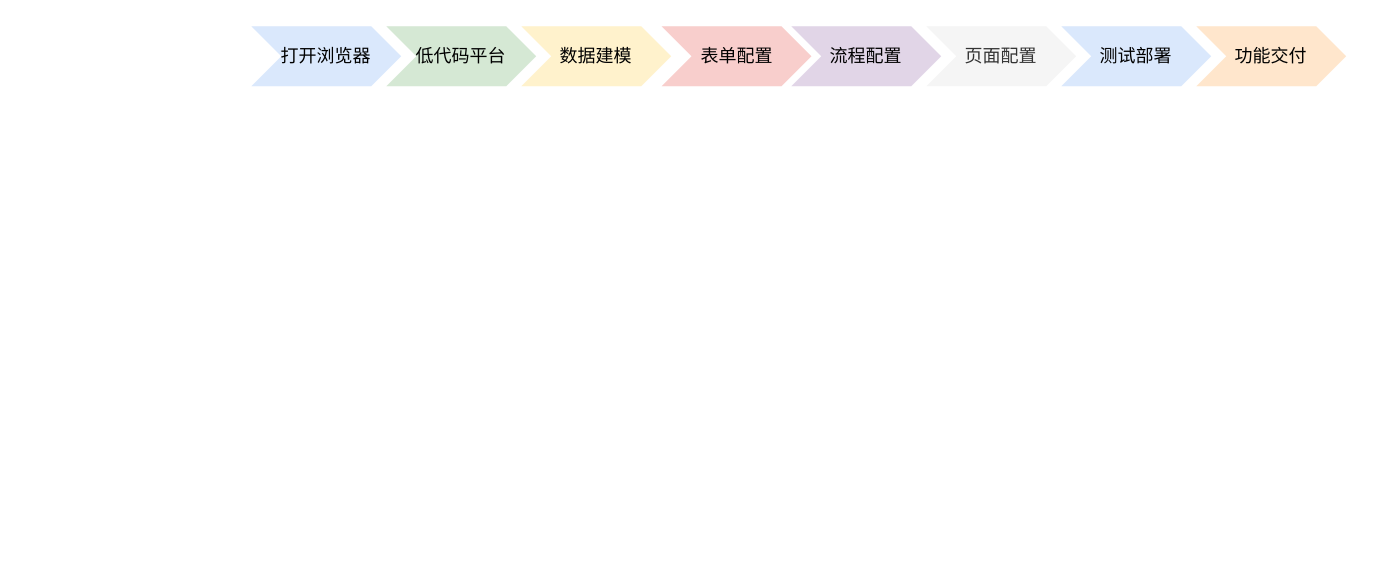
Above: 低——研究内容——平台赋能项目开发——微应用模式.drawio in tangyaosimida/love (draw.io), before the change. Source tidied: cells renumbered, new cells numbered last; positions are measured from the earlier drawing's top-left corner, leaving out a move shared by most shapes. Both pictures are drawn from the tidied source at 150%, with x=0, y=0 at pixel (250, 26).
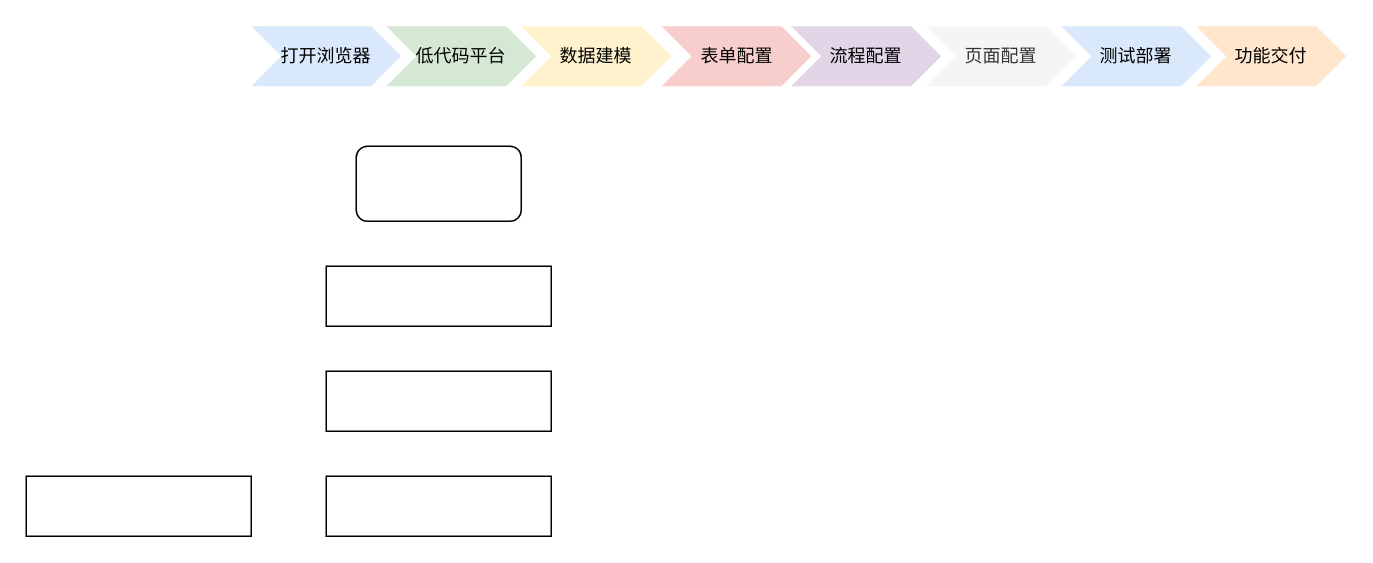
The same page after the edit.

Commit message:
更新低——研究内容——平台赋能项目开发——微应用模式.drawio

Change to the diagram source:
```diff
@@
 <mxGraphModel>
   <root>
     <mxCell id="0" />
     <mxCell id="1" parent="0" />
     <mxCell id="2" value="打开浏览器" style="shape=step;perimeter=stepPerimeter;whiteSpace=wrap;html=1;fixedSize=1;fillColor=#dae8fc;strokeColor=none;" parent="1" vertex="1">
       <mxGeometry width="100" height="40" as="geometry" />
     </mxCell>
     <mxCell id="3" value="低代码平台" style="shape=step;perimeter=stepPerimeter;whiteSpace=wrap;html=1;fixedSize=1;fillColor=#d5e8d4;strokeColor=none;" parent="1" vertex="1">
       <mxGeometry x="90" width="100" height="40" as="geometry" />
     </mxCell>
     <mxCell id="4" value="数据建模" style="shape=step;perimeter=stepPerimeter;whiteSpace=wrap;html=1;fixedSize=1;fillColor=#fff2cc;strokeColor=none;" parent="1" vertex="1">
       <mxGeometry x="180" width="100" height="40" as="geometry" />
     </mxCell>
     <mxCell id="5" value="表单配置" style="shape=step;perimeter=stepPerimeter;whiteSpace=wrap;html=1;fixedSize=1;fillColor=#f8cecc;strokeColor=none;" parent="1" vertex="1">
       <mxGeometry x="273.5" width="100" height="40" as="geometry" />
     </mxCell>
     <mxCell id="6" value="流程配置" style="shape=step;perimeter=stepPerimeter;whiteSpace=wrap;html=1;fixedSize=1;fillColor=#e1d5e7;strokeColor=none;" parent="1" vertex="1">
       <mxGeometry x="360" width="100" height="40" as="geometry" />
     </mxCell>
     <mxCell id="7" value="页面配置" style="shape=step;perimeter=stepPerimeter;whiteSpace=wrap;html=1;fixedSize=1;strokeColor=none;fillColor=#f5f5f5;fontColor=#333333;" parent="1" vertex="1">
       <mxGeometry x="450" width="100" height="40" as="geometry" />
     </mxCell>
     <mxCell id="8" value="测试部署" style="shape=step;perimeter=stepPerimeter;whiteSpace=wrap;html=1;fixedSize=1;fillColor=#dae8fc;strokeColor=none;" parent="1" vertex="1">
       <mxGeometry x="540" width="100" height="40" as="geometry" />
     </mxCell>
     <mxCell id="9" value="功能交付" style="shape=step;perimeter=stepPerimeter;whiteSpace=wrap;html=1;fixedSize=1;fillColor=#ffe6cc;strokeColor=none;" parent="1" vertex="1">
       <mxGeometry x="630" width="100" height="40" as="geometry" />
     </mxCell>
+    <mxCell id="10" style="rounded=1;whiteSpace=wrap;html=1;" parent="1" vertex="1">
+      <mxGeometry x="70" y="80" width="110" height="50" as="geometry" />
+    </mxCell>
+    <mxCell id="11" style="rounded=0;whiteSpace=wrap;html=1;" parent="1" vertex="1">
+      <mxGeometry x="50" y="160" width="150" height="40" as="geometry" />
+    </mxCell>
+    <mxCell id="12" style="rounded=0;whiteSpace=wrap;html=1;" parent="1" vertex="1">
+      <mxGeometry x="50" y="230" width="150" height="40" as="geometry" />
+    </mxCell>
+    <mxCell id="13" style="rounded=0;whiteSpace=wrap;html=1;" parent="1" vertex="1">
+      <mxGeometry x="50" y="300" width="150" height="40" as="geometry" />
+    </mxCell>
+    <mxCell id="14" style="rounded=0;whiteSpace=wrap;html=1;" parent="1" vertex="1">
+      <mxGeometry x="-150" y="300" width="150" height="40" as="geometry" />
+    </mxCell>
   </root>
 </mxGraphModel>
```
